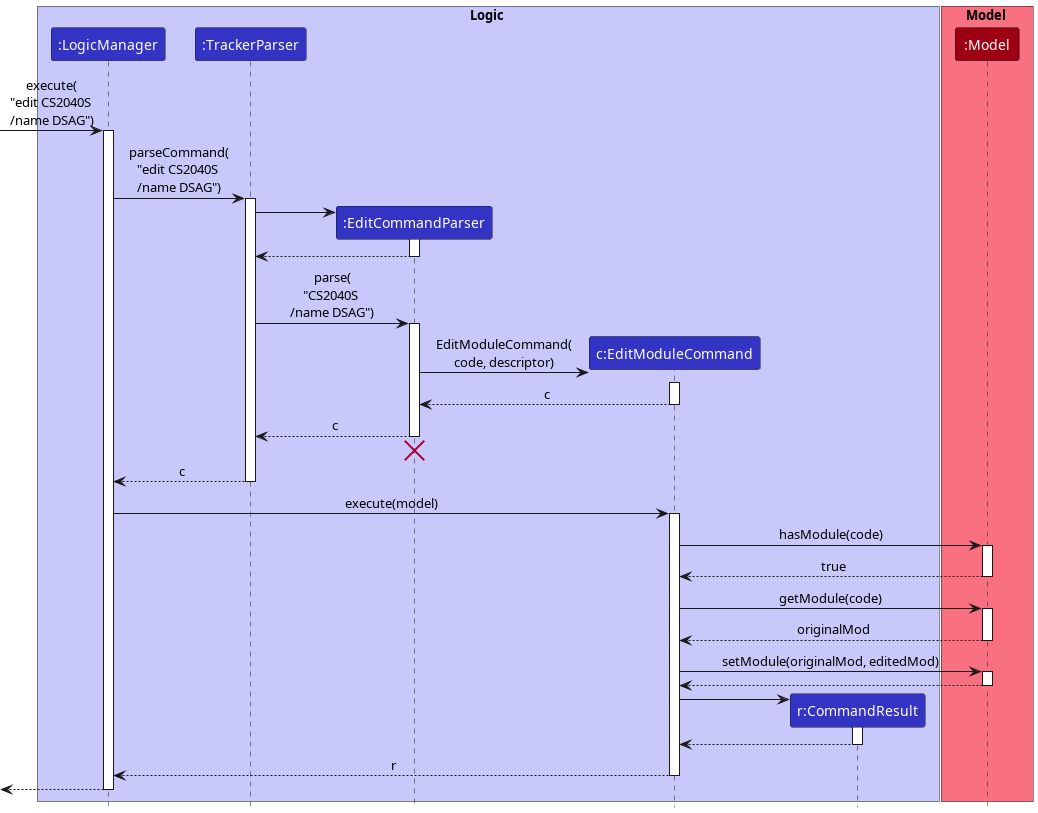
nus-cs2103-AY2223S2/tp keeps this PlantUML diagram as docs/images/EditSequenceDiagram.png. Above is the earlier version.
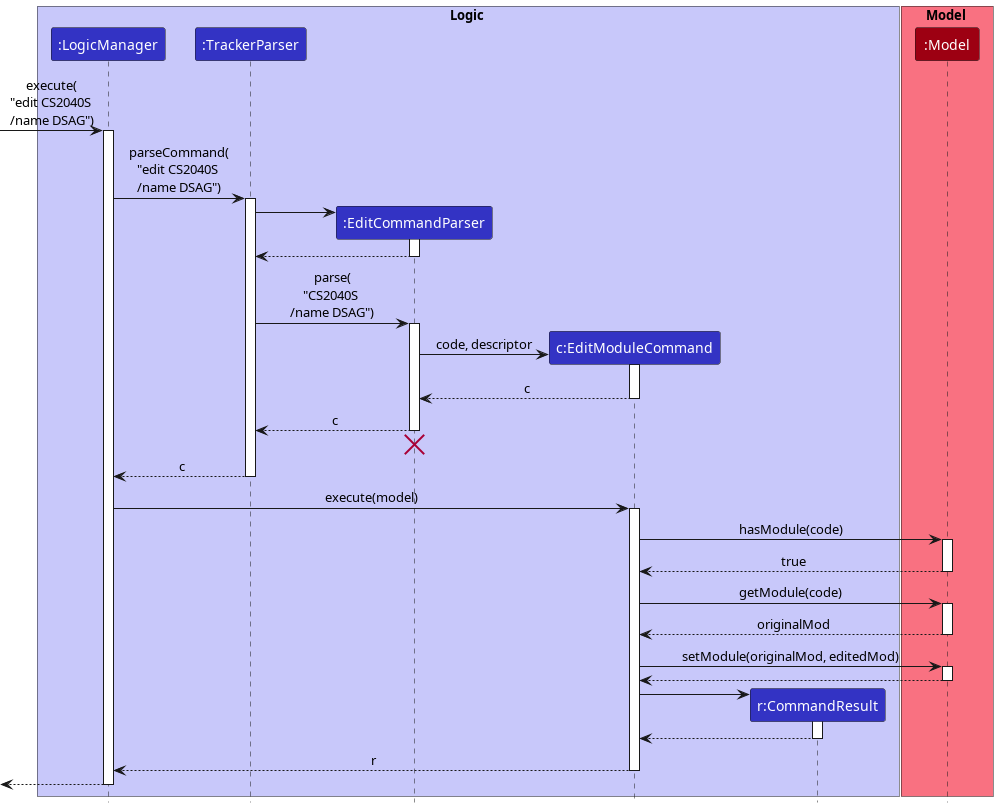
The same file after the commit.

Commit message:
Fix add and edit sequence diagrams activation bar gap at constructor

Diff of the diagram source:
```diff
@@ -99,7 +99,7 @@
 activate EditCommandParser
 
 create EditModuleCommand
-EditCommandParser -> EditModuleCommand : EditModuleCommand(\ncode, descriptor)
+EditCommandParser -> EditModuleCommand : code, descriptor
 activate EditModuleCommand
 
 EditModuleCommand --> EditCommandParser : c
```
